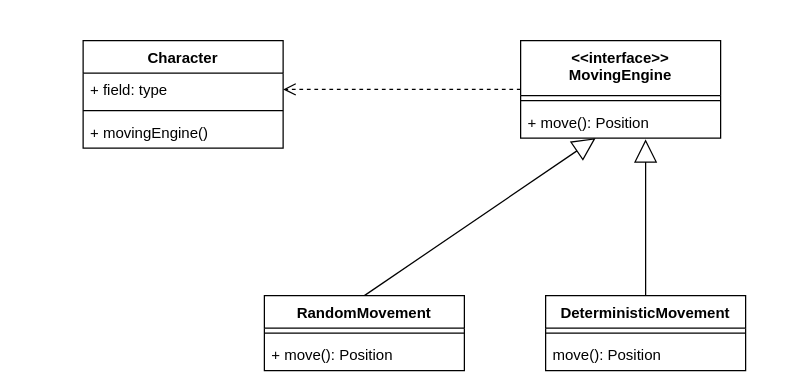
The draw.io diagram docs/UMLReport/Strategy Patterns.drawio in marhcouto/fallout0, before the edit. Source tidied: cells renumbered, new cells numbered last; positions are measured from the earlier drawing's top-left corner, leaving out a move shared by most shapes. Both pictures are drawn from the tidied source at 125%, with x=0, y=0 at pixel (82, 40).
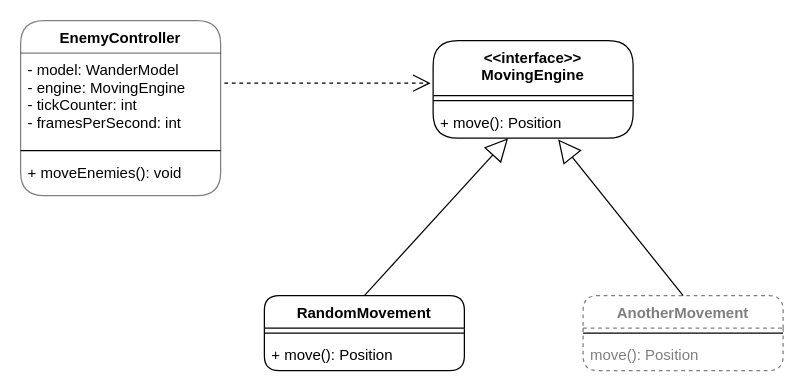
The same page after the edit.

What changed in the source:
```diff
@@
 <mxGraphModel>
   <root>
     <mxCell id="0" />
     <mxCell id="1" parent="0" />
-    <mxCell id="2" value="Character" style="swimlane;fontStyle=1;align=center;verticalAlign=top;horizontal=1;startSize=26;" parent="1" vertex="1">
-      <mxGeometry width="160" height="86" as="geometry" />
-    </mxCell>
-    <mxCell id="3" value="+ field: type" style="text;strokeColor=none;fillColor=none;align=left;verticalAlign=top;spacingLeft=4;spacingRight=4;overflow=hidden;points=[[0,0.5],[1,0.5]];portConstraint=eastwest;" parent="2" vertex="1">
-      <mxGeometry y="26" width="160" height="26" as="geometry" />
-    </mxCell>
-    <mxCell id="4" style="line;strokeWidth=1;fillColor=none;align=left;verticalAlign=middle;spacingTop=-1;spacingLeft=3;spacingRight=3;labelPosition=right;" parent="2" vertex="1">
-      <mxGeometry y="52" width="160" height="8" as="geometry" />
-    </mxCell>
-    <mxCell id="5" value="+ movingEngine()" style="text;strokeColor=none;fillColor=none;align=left;verticalAlign=top;spacingLeft=4;spacingRight=4;overflow=hidden;" parent="2" vertex="1">
-      <mxGeometry y="60" width="160" height="26" as="geometry" />
-    </mxCell>
-    <mxCell id="6" value="&lt;&lt;interface&gt;&gt;&#10;MovingEngine" style="swimlane;fontStyle=1;align=center;verticalAlign=top;horizontal=1;startSize=44;" parent="1" vertex="1">
-      <mxGeometry x="350" width="160" height="78" as="geometry" />
+    <mxCell id="6" value="&lt;&lt;interface&gt;&gt;&#10;MovingEngine" style="swimlane;fontStyle=1;align=center;verticalAlign=top;horizontal=1;startSize=44;rounded=1;" parent="1" vertex="1">
+      <mxGeometry x="280" width="160" height="78" as="geometry" />
     </mxCell>
     <mxCell id="7" style="line;strokeWidth=1;fillColor=none;align=left;verticalAlign=middle;spacingTop=-1;spacingLeft=3;spacingRight=3;labelPosition=right;" parent="6" vertex="1">
       <mxGeometry y="44" width="160" height="8" as="geometry" />
     </mxCell>
     <mxCell id="8" value="+ move(): Position" style="text;strokeColor=none;fillColor=none;align=left;verticalAlign=top;spacingLeft=4;spacingRight=4;overflow=hidden;points=[[0,0.5],[1,0.5]];portConstraint=eastwest;" parent="6" vertex="1">
       <mxGeometry y="52" width="160" height="26" as="geometry" />
     </mxCell>
     <mxCell id="9" style="endArrow=block;endSize=16;endFill=0;html=1;entryX=0.375;entryY=1;entryDx=0;entryDy=0;entryPerimeter=0;exitX=0.5;exitY=0;exitDx=0;exitDy=0;" parent="1" edge="1" source="10" target="8">
       <mxGeometry relative="1" as="geometry" />
     </mxCell>
-    <mxCell id="10" value="RandomMovement" style="swimlane;fontStyle=1;align=center;verticalAlign=top;horizontal=1;startSize=26;" parent="1" vertex="1">
+    <mxCell id="10" value="RandomMovement" style="swimlane;fontStyle=1;align=center;verticalAlign=top;horizontal=1;startSize=26;rounded=1;" parent="1" vertex="1">
       <mxGeometry x="145" y="204" width="160" height="60" as="geometry" />
     </mxCell>
     <mxCell id="11" style="line;strokeWidth=1;fillColor=none;align=left;verticalAlign=middle;spacingTop=-1;spacingLeft=3;spacingRight=3;labelPosition=right;" parent="10" vertex="1">
       <mxGeometry y="26" width="160" height="8" as="geometry" />
     </mxCell>
     <mxCell id="12" value="+ move(): Position" style="text;strokeColor=none;fillColor=none;align=left;verticalAlign=top;spacingLeft=4;spacingRight=4;overflow=hidden;" parent="10" vertex="1">
       <mxGeometry y="34" width="160" height="26" as="geometry" />
     </mxCell>
-    <mxCell id="13" value="DeterministicMovement" style="swimlane;fontStyle=1;align=center;verticalAlign=top;horizontal=1;startSize=26;" parent="1" vertex="1">
-      <mxGeometry x="370" y="204" width="160" height="60" as="geometry" />
+    <mxCell id="13" value="AnotherMovement" style="swimlane;fontStyle=1;align=center;verticalAlign=top;horizontal=1;startSize=26;dashed=1;opacity=50;textOpacity=50;rounded=1;" parent="1" vertex="1">
+      <mxGeometry x="400" y="204" width="160" height="60" as="geometry" />
     </mxCell>
     <mxCell id="14" style="line;strokeWidth=1;fillColor=none;align=left;verticalAlign=middle;spacingTop=-1;spacingLeft=3;spacingRight=3;labelPosition=right;" parent="13" vertex="1">
       <mxGeometry y="26" width="160" height="8" as="geometry" />
     </mxCell>
-    <mxCell id="15" value="move(): Position" style="text;strokeColor=none;fillColor=none;align=left;verticalAlign=top;spacingLeft=4;spacingRight=4;overflow=hidden;" parent="13" vertex="1">
+    <mxCell id="15" value="move(): Position" style="text;strokeColor=none;fillColor=none;align=left;verticalAlign=top;spacingLeft=4;spacingRight=4;overflow=hidden;textOpacity=50;" parent="13" vertex="1">
       <mxGeometry y="34" width="160" height="26" as="geometry" />
     </mxCell>
     <mxCell id="16" style="endArrow=block;endSize=16;endFill=0;html=1;exitX=0.5;exitY=0;exitDx=0;exitDy=0;entryX=0.625;entryY=1.038;entryDx=0;entryDy=0;entryPerimeter=0;" parent="1" edge="1" source="13" target="8">
       <mxGeometry relative="1" as="geometry" />
     </mxCell>
-    <mxCell id="17" style="html=1;verticalAlign=bottom;endArrow=open;dashed=1;endSize=8;entryX=1;entryY=0.5;entryDx=0;entryDy=0;exitX=0;exitY=0.5;exitDx=0;exitDy=0;" parent="1" edge="1" source="6" target="3">
-      <mxGeometry relative="1" as="geometry" />
-    </mxCell>
+    <mxCell id="18" value="EnemyController" style="swimlane;fontStyle=1;align=center;verticalAlign=top;horizontal=1;startSize=26;strokeColor=#000000;opacity=50;rounded=1;arcSize=24;" parent="1" vertex="1">
+      <mxGeometry x="-50" y="-16" width="160" height="140" as="geometry" />
+    </mxCell>
+    <mxCell id="19" value="- model: WanderModel&#10;- engine: MovingEngine&#10;- tickCounter: int&#10;- framesPerSecond: int" style="text;strokeColor=none;fillColor=none;align=left;verticalAlign=top;spacingLeft=4;spacingRight=4;overflow=hidden;" parent="18" vertex="1">
+      <mxGeometry y="26" width="160" height="74" as="geometry" />
+    </mxCell>
+    <mxCell id="20" style="line;strokeWidth=1;fillColor=none;align=left;verticalAlign=middle;spacingTop=-1;spacingLeft=3;spacingRight=3;labelPosition=right;" parent="18" vertex="1">
+      <mxGeometry y="100" width="160" height="8" as="geometry" />
+    </mxCell>
+    <mxCell id="21" value="+ moveEnemies(): void" style="text;strokeColor=none;fillColor=none;align=left;verticalAlign=top;spacingLeft=4;spacingRight=4;overflow=hidden;" parent="18" vertex="1">
+      <mxGeometry y="108" width="160" height="32" as="geometry" />
+    </mxCell>
+    <mxCell id="22" style="endArrow=open;endSize=12;dashed=1;html=1;" parent="1" edge="1">
+      <mxGeometry relative="1" as="geometry">
+        <mxPoint x="113" y="34" as="sourcePoint" />
+        <mxPoint x="278" y="34" as="targetPoint" />
+      </mxGeometry>
+    </mxCell>
   </root>
 </mxGraphModel>
```
